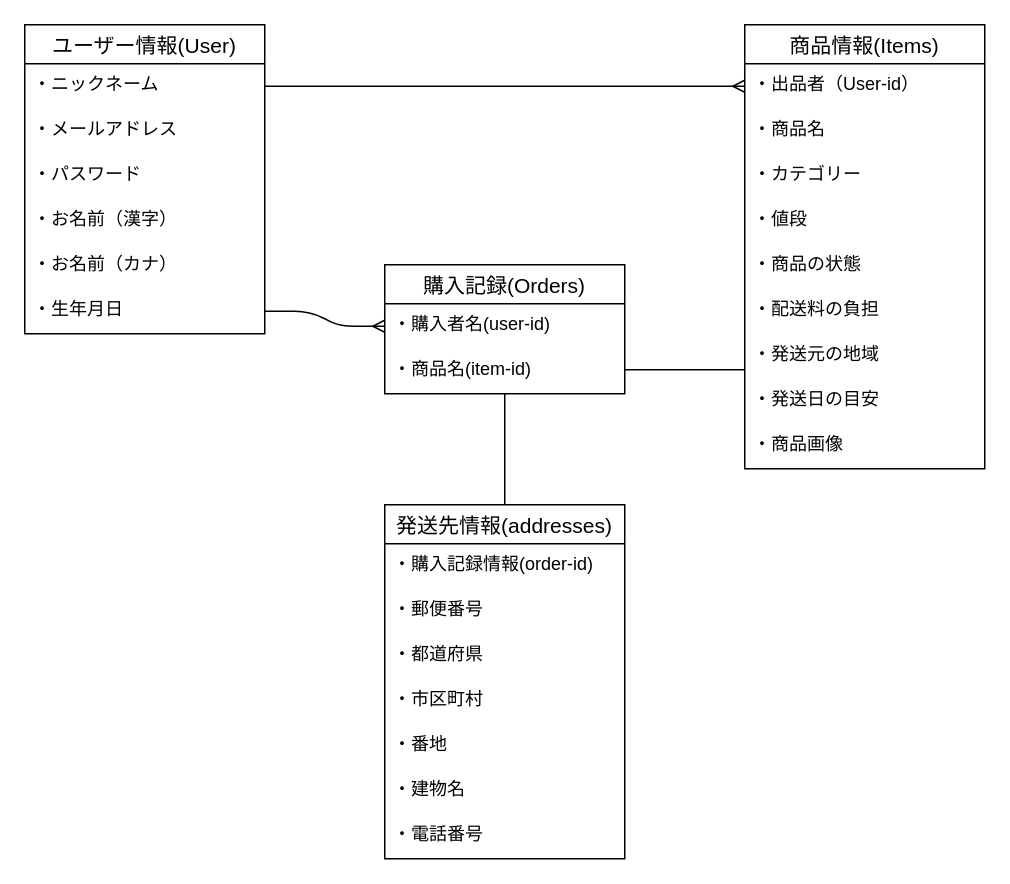
The draw.io diagram app/test.dio in matsuda0513/furima-41038, before the edit. Source tidied: cells renumbered, new cells numbered last; positions are measured from the earlier drawing's top-left corner, leaving out a move shared by most shapes. Both pictures are drawn from the tidied source at 150%, with x=0, y=0 at pixel (24, 24).
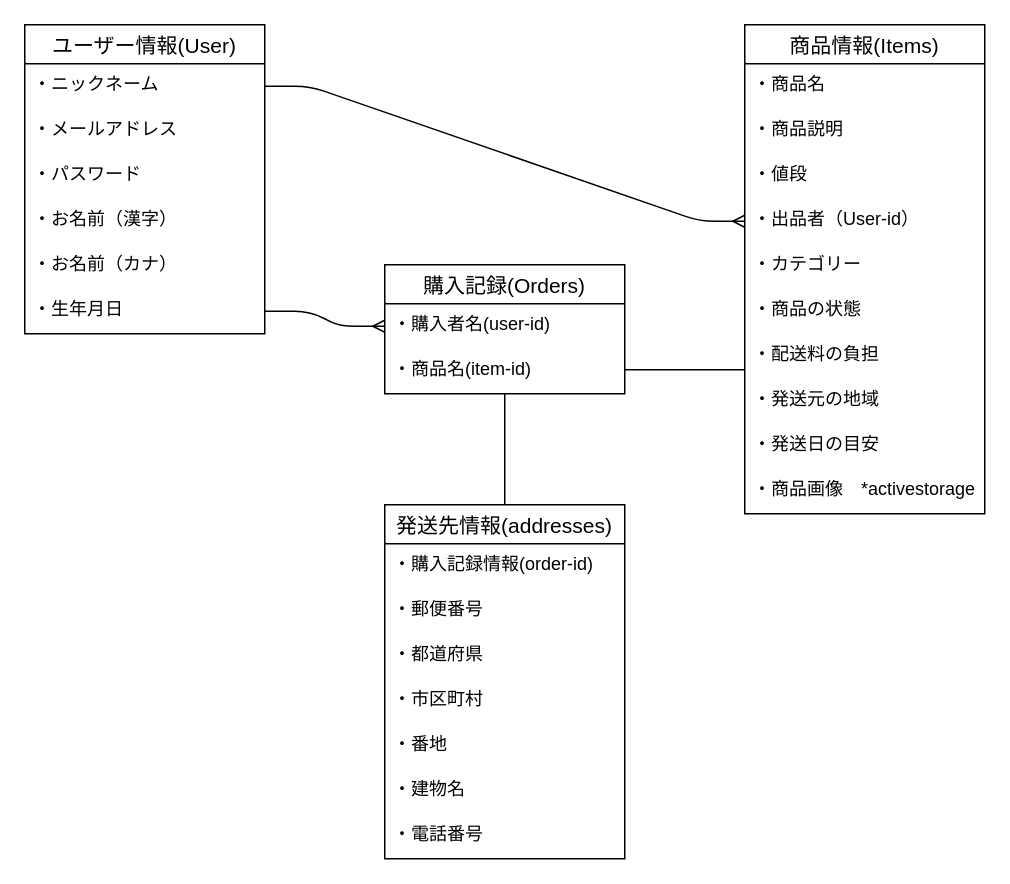
The same page after the edit.

Commit message (it also covers changes not shown here):
READMEへのデータベース設計記述、ER図修正

What changed in the source:
```diff
@@
     <mxCell id="12" value="商品情報(Items)" style="swimlane;fontStyle=0;horizontal=1;startSize=26;align=center;fontSize=14;" parent="1" vertex="1">
-      <mxGeometry x="480" width="160" height="296" as="geometry" />
+      <mxGeometry x="480" width="160" height="326" as="geometry" />
     </mxCell>
+    <mxCell id="14" value="・商品名" style="text;strokeColor=none;fillColor=none;spacingLeft=4;spacingRight=4;overflow=hidden;fontSize=12;" parent="12" vertex="1">
+      <mxGeometry y="26" width="160" height="30" as="geometry" />
+    </mxCell>
+    <mxCell id="34" value="・商品説明" style="text;strokeColor=none;fillColor=none;spacingLeft=4;spacingRight=4;overflow=hidden;fontSize=12;" parent="12" vertex="1">
+      <mxGeometry y="56" width="160" height="30" as="geometry" />
+    </mxCell>
+    <mxCell id="16" value="・値段" style="text;strokeColor=none;fillColor=none;spacingLeft=4;spacingRight=4;overflow=hidden;fontSize=12;" parent="12" vertex="1">
+      <mxGeometry y="86" width="160" height="30" as="geometry" />
+    </mxCell>
     <mxCell id="13" value="・出品者（User-id）" style="text;strokeColor=none;fillColor=none;spacingLeft=4;spacingRight=4;overflow=hidden;points=[[0,0.5],[1,0.5]];portConstraint=eastwest;fontSize=12;" parent="12" vertex="1">
-      <mxGeometry y="26" width="160" height="30" as="geometry" />
+      <mxGeometry y="116" width="160" height="30" as="geometry" />
     </mxCell>
-    <mxCell id="14" value="・商品名" style="text;strokeColor=none;fillColor=none;spacingLeft=4;spacingRight=4;overflow=hidden;fontSize=12;" parent="12" vertex="1">
-      <mxGeometry y="56" width="160" height="30" as="geometry" />
-    </mxCell>
     <mxCell id="15" value="・カテゴリー" style="text;strokeColor=none;fillColor=none;spacingLeft=4;spacingRight=4;overflow=hidden;fontSize=12;" parent="12" vertex="1">
-      <mxGeometry y="86" width="160" height="30" as="geometry" />
+      <mxGeometry y="146" width="160" height="30" as="geometry" />
     </mxCell>
-    <mxCell id="16" value="・値段" style="text;strokeColor=none;fillColor=none;spacingLeft=4;spacingRight=4;overflow=hidden;fontSize=12;" parent="12" vertex="1">
-      <mxGeometry y="116" width="160" height="30" as="geometry" />
-    </mxCell>
     <mxCell id="17" value="・商品の状態" style="text;strokeColor=none;fillColor=none;spacingLeft=4;spacingRight=4;overflow=hidden;fontSize=12;" parent="12" vertex="1">
-      <mxGeometry y="146" width="160" height="30" as="geometry" />
+      <mxGeometry y="176" width="160" height="30" as="geometry" />
     </mxCell>
     <mxCell id="18" value="・配送料の負担" style="text;strokeColor=none;fillColor=none;spacingLeft=4;spacingRight=4;overflow=hidden;fontSize=12;" parent="12" vertex="1">
-      <mxGeometry y="176" width="160" height="30" as="geometry" />
+      <mxGeometry y="206" width="160" height="30" as="geometry" />
     </mxCell>
     <mxCell id="19" value="・発送元の地域" style="text;strokeColor=none;fillColor=none;spacingLeft=4;spacingRight=4;overflow=hidden;fontSize=12;" parent="12" vertex="1">
-      <mxGeometry y="206" width="160" height="30" as="geometry" />
+      <mxGeometry y="236" width="160" height="30" as="geometry" />
     </mxCell>
@@
     <mxCell id="21" value="・発送日の目安" style="text;strokeColor=none;fillColor=none;spacingLeft=4;spacingRight=4;overflow=hidden;fontSize=12;" parent="12" vertex="1">
-      <mxGeometry y="236" width="160" height="30" as="geometry" />
+      <mxGeometry y="266" width="160" height="30" as="geometry" />
     </mxCell>
-    <mxCell id="22" value="・商品画像" style="text;strokeColor=none;fillColor=none;spacingLeft=4;spacingRight=4;overflow=hidden;fontSize=12;" parent="12" vertex="1">
-      <mxGeometry y="266" width="160" height="30" as="geometry" />
+    <mxCell id="22" value="・商品画像　*activestorage" style="text;strokeColor=none;fillColor=none;spacingLeft=4;spacingRight=4;overflow=hidden;fontSize=12;" parent="12" vertex="1">
+      <mxGeometry y="296" width="160" height="30" as="geometry" />
     </mxCell>
```
